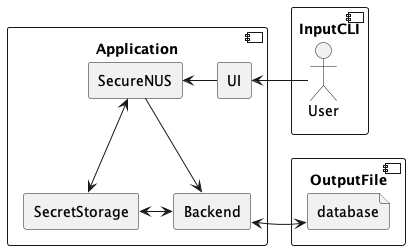
Before: docs/DGDiagramsCreator/HighLevel.png, a diagram exported from PlantUML (AY2223S2-CS2113-T15-2/tp). Source of this version:
```plantuml
@startuml
!include Style.puml

component Application {

    rectangle SecureNUS
    rectangle UI
    rectangle Backend
    rectangle SecretStorage
    SecureNUS <- UI
    SecureNUS <--> SecretStorage
    SecretStorage <-> Backend
    SecureNUS -> Backend
}
actor InputCLI.User
InputCLI.User -> UI
component InputCLI{

}
component OutputFile {
}
file OutputFile.database
Backend <-> OutputFile.database

@enduml
```
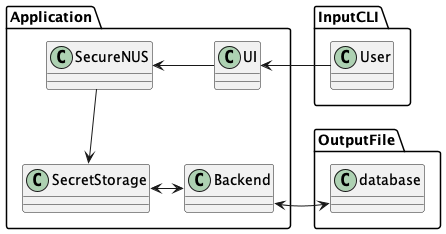
After the change.

Diff of the diagram source:
```diff
@@ -1,25 +1,12 @@
 @startuml
 !include Style.puml
 
-component Application {
-
-    rectangle SecureNUS
-    rectangle UI
-    rectangle Backend
-    rectangle SecretStorage
+package Application {
     SecureNUS <- UI
-    SecureNUS <--> SecretStorage
+    SecureNUS --> SecretStorage
     SecretStorage <-> Backend
-    SecureNUS -> Backend
 }
-actor InputCLI.User
 InputCLI.User -> UI
-component InputCLI{
-
-}
-component OutputFile {
-}
-file OutputFile.database
 Backend <-> OutputFile.database
 
 @enduml
```
